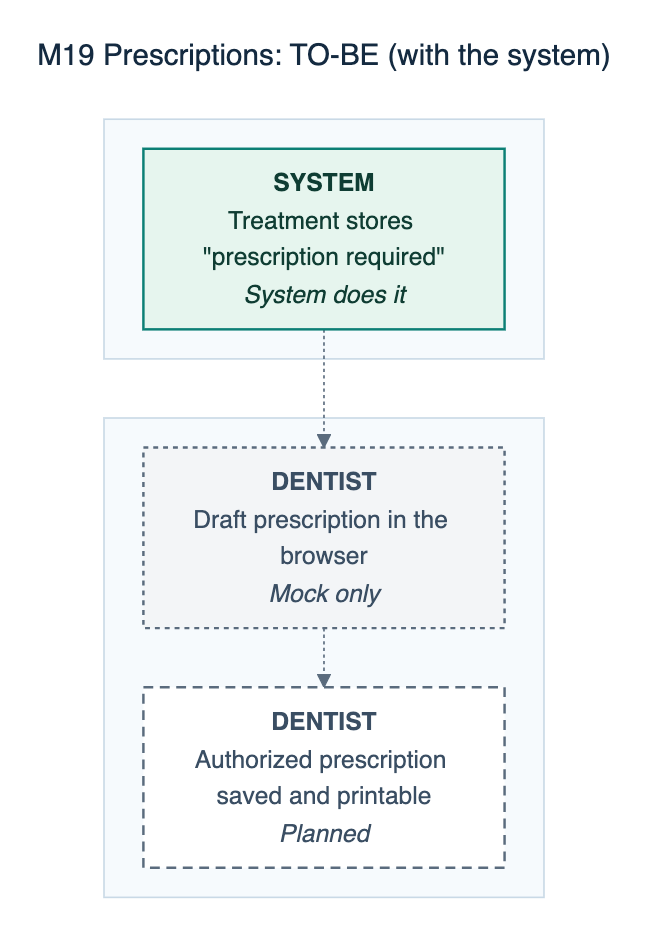
Above: docs/defense/diagrams/png/M19-prescriptions-to-be.png in 0phem/multibranch-dental-clinic (Mermaid), before the change. Its source is kept beside it as docs/defense/diagrams/M19-prescriptions-to-be.mmd. Its diagram source:
```mermaid
---
title: "M19 Prescriptions: TO-BE (with the system)"
---
flowchart TB
    subgraph L2[" "]
    direction LR
      S1["<b>DENTIST</b><br/>Draft prescription in the browser<br/><i>Mock only</i>"]:::mock
      S2["<b>DENTIST</b><br/>Authorized prescription saved and printable<br/><i>Planned</i>"]:::planned
    end
    subgraph L4[" "]
    direction LR
      S0["<b>SYSTEM</b><br/>Treatment stores #quot;prescription required#quot;<br/><i>System does it</i>"]:::auto
    end
    S0 -.-> S1
    S1 -.-> S2
    classDef cited fill:#eaf3fd,stroke:#1865ac,color:#142a40,stroke-width:1.5px
    classDef confirm fill:#fffaf0,stroke:#b26a00,color:#5e3c00,stroke-width:1.5px,stroke-dasharray:6 4
    classDef auto fill:#e6f5ee,stroke:#0c7f75,color:#0f3d33,stroke-width:1.5px
    classDef manual fill:#eaf3fd,stroke:#1865ac,color:#142a40,stroke-width:1.5px
    classDef mock fill:#f3f5f7,stroke:#5a6b7d,color:#3a4e63,stroke-width:1.5px,stroke-dasharray:3 3
    classDef planned fill:#ffffff,stroke:#5a6b7d,color:#3a4e63,stroke-width:1.5px,stroke-dasharray:6 4
```
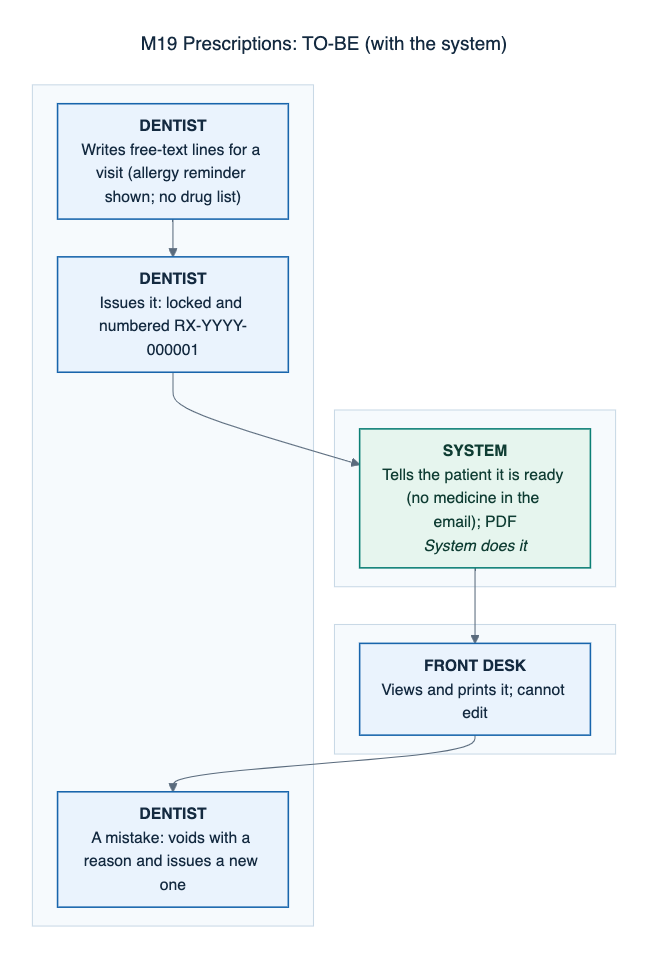
After the commit.

What changed in the source:
```diff
@@ -2,17 +2,24 @@
 title: "M19 Prescriptions: TO-BE (with the system)"
 ---
 flowchart TB
+    subgraph L1[" "]
+    direction LR
+      S3["<b>FRONT DESK</b><br/>Views and prints it; cannot edit"]:::manual
+    end
     subgraph L2[" "]
     direction LR
-      S1["<b>DENTIST</b><br/>Draft prescription in the browser<br/><i>Mock only</i>"]:::mock
-      S2["<b>DENTIST</b><br/>Authorized prescription saved and printable<br/><i>Planned</i>"]:::planned
+      S0["<b>DENTIST</b><br/>Writes free-text lines for a visit (allergy reminder shown; no drug list)"]:::manual
+      S1["<b>DENTIST</b><br/>Issues it: locked and numbered RX-YYYY-000001"]:::manual
+      S4["<b>DENTIST</b><br/>A mistake: voids with a reason and issues a new one"]:::manual
     end
     subgraph L4[" "]
     direction LR
-      S0["<b>SYSTEM</b><br/>Treatment stores #quot;prescription required#quot;<br/><i>System does it</i>"]:::auto
+      S2["<b>SYSTEM</b><br/>Tells the patient it is ready (no medicine in the email); PDF<br/><i>System does it</i>"]:::auto
     end
-    S0 -.-> S1
-    S1 -.-> S2
+    S0 --> S1
+    S1 --> S2
+    S2 --> S3
+    S3 --> S4
     classDef cited fill:#eaf3fd,stroke:#1865ac,color:#142a40,stroke-width:1.5px
     classDef confirm fill:#fffaf0,stroke:#b26a00,color:#5e3c00,stroke-width:1.5px,stroke-dasharray:6 4
     classDef auto fill:#e6f5ee,stroke:#0c7f75,color:#0f3d33,stroke-width:1.5px
```
